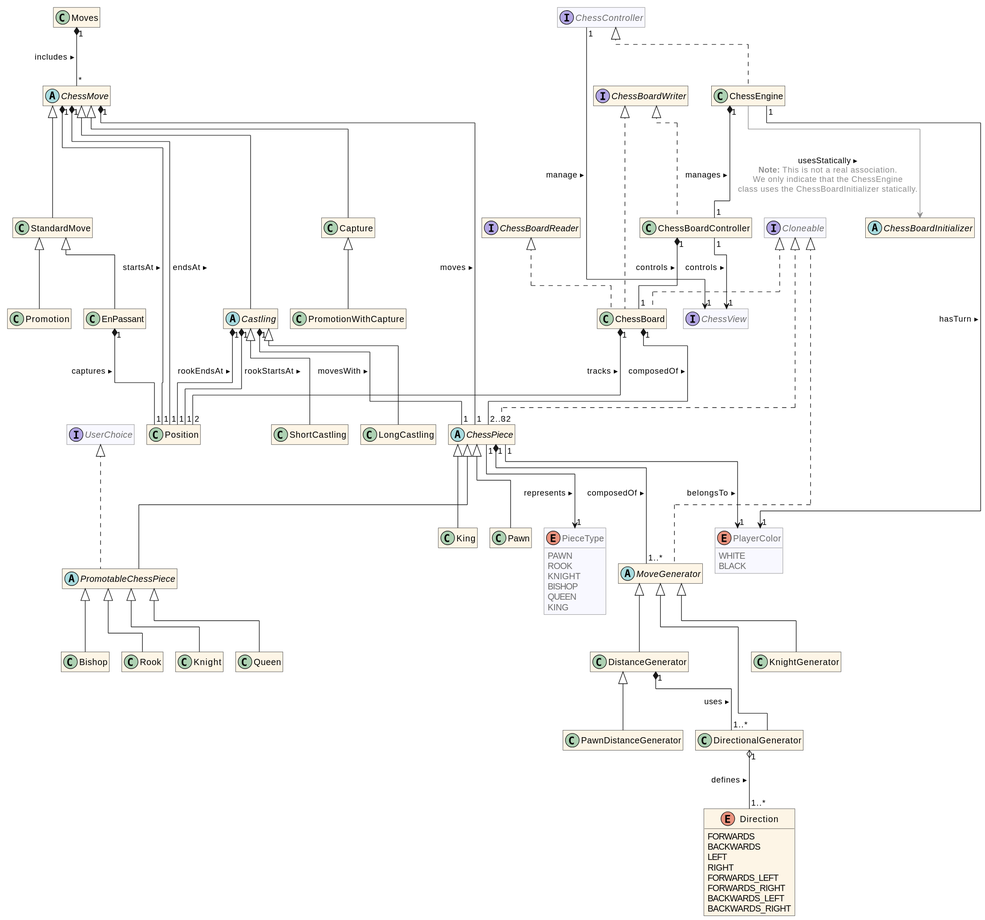
Before: docs/uml/assets/uml-simple.svg, a diagram exported from PlantUML (HEIG-VD-BA3-POO/labo08). Source of this version:
```plantuml
@startuml
!pragma layout elk
hide empty methods
hide empty attributes
skinparam linetype ortho
skinparam roundCorner 0
skinparam classAttributeIconSize 0
skinparam ClassBackgroundColor #OldLace
skinparam NoteBackgroundColor #OldLace
skinparam Shadowing false
top to bottom direction

<style>
    classDiagram {
        .provided {
            BackgroundColor GhostWhite
            LineColor DimGrey
            FontColor DimGrey
        }
    }
</style>

hide <<provided>> stereotype

interface ChessController<<provided>> {}

interface UserChoice<<provided>> {}


interface ChessView<<provided>> {}





class ChessEngine implements ChessController {}

interface ChessBoardWriter {}

interface ChessBoardReader {}

class ChessBoardController implements ChessBoardWriter {}

interface Cloneable<<provided>> {}

class ChessBoard implements ChessBoardReader, ChessBoardWriter, Cloneable {}

abstract class ChessBoardInitializer {}

class Position {}

enum PlayerColor<<provided>> {
    WHITE
    BLACK
}

enum PieceType<<provided>> {
    PAWN
    ROOK
    KNIGHT
    BISHOP
    QUEEN
    KING
}

abstract class ChessPiece implements Cloneable {}
abstract class PromotableChessPiece extends ChessPiece implements UserChoice {}
class Pawn extends ChessPiece {}
class Rook extends PromotableChessPiece {}
class Knight extends PromotableChessPiece {}
class Bishop extends PromotableChessPiece {}
class Queen extends PromotableChessPiece {}
class King extends ChessPiece {}


abstract class MoveGenerator implements Cloneable {}
class DirectionalGenerator extends MoveGenerator {}
class KnightGenerator extends MoveGenerator {}
class DistanceGenerator extends MoveGenerator {}
class PawnDistanceGenerator extends DistanceGenerator {}

enum Direction {
    FORWARDS
    BACKWARDS
    LEFT
    RIGHT
    FORWARDS_LEFT
    FORWARDS_RIGHT
    BACKWARDS_LEFT
    BACKWARDS_RIGHT
}

class Moves {}

abstract class ChessMove {}

class StandardMove extends ChessMove {}
class Capture extends ChessMove {}
class EnPassant extends StandardMove {}
abstract class Castling extends ChessMove {}
class LongCastling extends Castling {}
class ShortCastling extends Castling {}
class Promotion extends StandardMove {}
class PromotionWithCapture extends Capture {}

ChessController "1" --> "1" ChessView : manage ▸

ChessEngine "1" *-- "1" ChessBoardController : manages ▸
ChessEngine "1" --> "1" PlayerColor : hasTurn ▸
ChessEngine -[#8e8e8e]-> ChessBoardInitializer : usesStatically ▸\n<color #8e8e8e>**Note:** This is not a real association.\n<color #8e8e8e>We only indicate that the ChessEngine\n<color #8e8e8e>class uses the ChessBoardInitializer statically.
ChessBoardController "1" *-- "1" ChessBoard : controls ▸
ChessBoardController "1" --> "1" ChessView : controls ▸
ChessBoard "1" *-- "2..32" ChessPiece : composedOf ▸
ChessBoard "1" *-- "2" Position : tracks ▸
ChessPiece "1" --> "1" PieceType : represents ▸
ChessPiece "1" --> "1" PlayerColor : belongsTo ▸
ChessPiece "1" *-- "1..*" MoveGenerator : composedOf ▸

DirectionalGenerator "1" o-- "1..*" Direction : defines ▸
DistanceGenerator "1" *-- "1..*" DirectionalGenerator : uses ▸

ChessMove "1" *-- "1" Position : startsAt ▸
ChessMove "1" *-- "1" Position : endsAt ▸
ChessMove "1" *-- "1" ChessPiece : moves ▸
Moves "1" *-- "*" ChessMove : includes ▸
EnPassant "1" *-- "1" Position : captures ▸
Castling "1" *-- "1" Position : rookStartsAt ▸
Castling "1" *-- "1" Position : rookEndsAt ▸
Castling "1" *-- "1" ChessPiece : movesWith ▸
@enduml
```
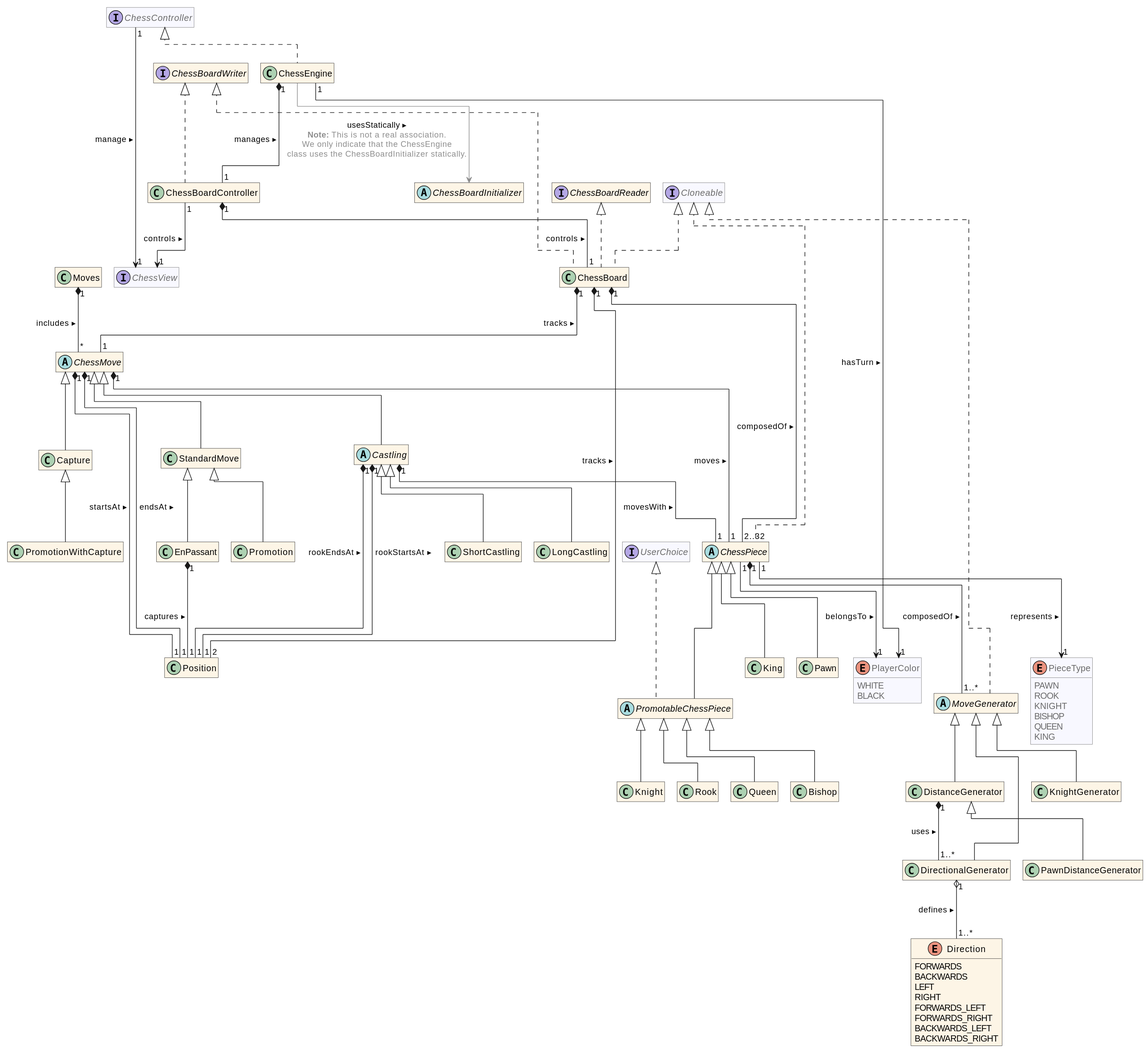
Later version of the same file.

Diff of the diagram source:
```diff
@@ -112,6 +112,7 @@
 ChessBoardController "1" --> "1" ChessView : controls ▸
 ChessBoard "1" *-- "2..32" ChessPiece : composedOf ▸
 ChessBoard "1" *-- "2" Position : tracks ▸
+ChessBoard "1" *-- "1" ChessMove : tracks ▸
 ChessPiece "1" --> "1" PieceType : represents ▸
 ChessPiece "1" --> "1" PlayerColor : belongsTo ▸
 ChessPiece "1" *-- "1..*" MoveGenerator : composedOf ▸
```
